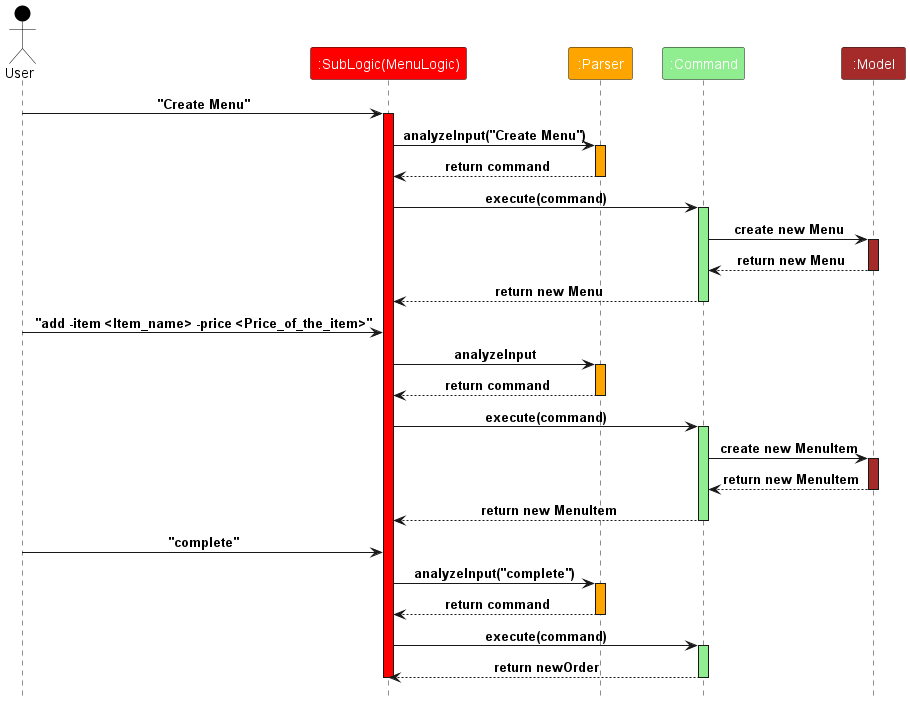
Above: docs/images/MenuLogicSequenceDiagram.png in adamzzq/tp (PlantUML), before the change.
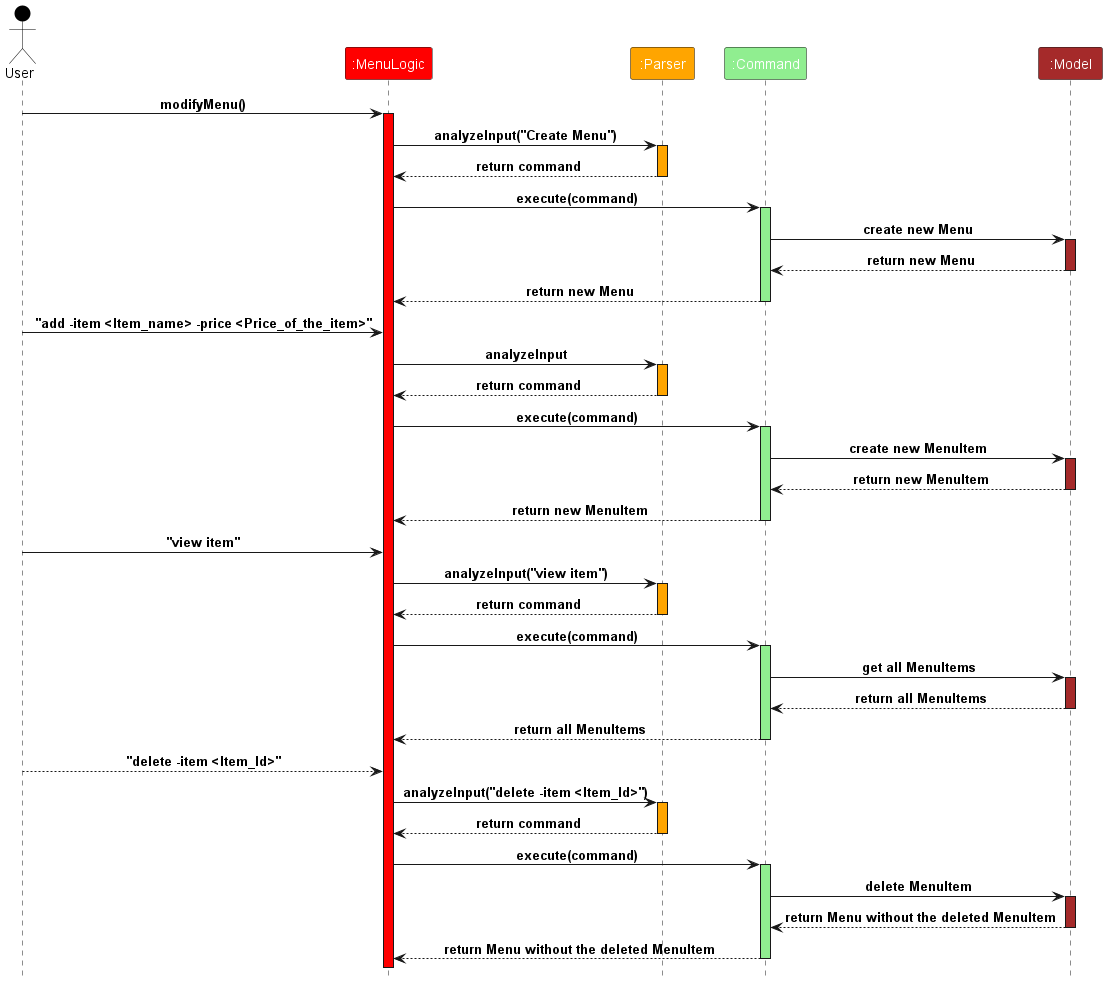
Later version of the same file.

Diff of the diagram source:
```diff
@@ -3,13 +3,13 @@
 
 Actor User as user USER_COLOR
 
-Participant ":SubLogic(MenuLogic)" as subLogic SUB_LOGIC_COLOR
+Participant ":MenuLogic" as subLogic SUB_LOGIC_COLOR
 Participant ":Parser" as parser PARSER_COLOR
 Participant ":Command" as command COMMAND_COLOR
 Participant ":Model" as model MODEL_COLOR
 
 
-user -> subLogic : "Create Menu"
+user -> subLogic : modifyMenu()
 activate subLogic SUB_LOGIC_COLOR
 subLogic -> parser : analyzeInput("Create Menu")
 activate parser PARSER_COLOR
@@ -36,19 +36,30 @@
 deactivate model
 command --> subLogic : return new MenuItem
 deactivate command
-user -> subLogic : "complete"
-subLogic -> parser : analyzeInput("complete")
+user -> subLogic : "view item"
+subLogic -> parser : analyzeInput("view item")
 activate parser PARSER_COLOR
 parser --> subLogic : return command
 deactivate parser
 subLogic -> command : execute(command)
 activate command COMMAND_COLOR
-command --> subLogic : return newOrder
+command -> model : get all MenuItems
+activate model MODEL_COLOR
+model --> command : return all MenuItems
+deactivate model
+command --> subLogic : return all MenuItems
 deactivate command
-deactivate subLogic
-
-
-
-
-
+user --> subLogic : "delete -item <Item_Id>"
+subLogic -> parser : analyzeInput("delete -item <Item_Id>")
+activate parser PARSER_COLOR
+parser --> subLogic : return command
+deactivate parser
+subLogic -> command : execute(command)
+activate command COMMAND_COLOR
+command -> model : delete MenuItem
+activate model MODEL_COLOR
+model --> command : return Menu without the deleted MenuItem
+deactivate model
+command --> subLogic : return Menu without the deleted MenuItem
+deactivate command
 @enduml
```
